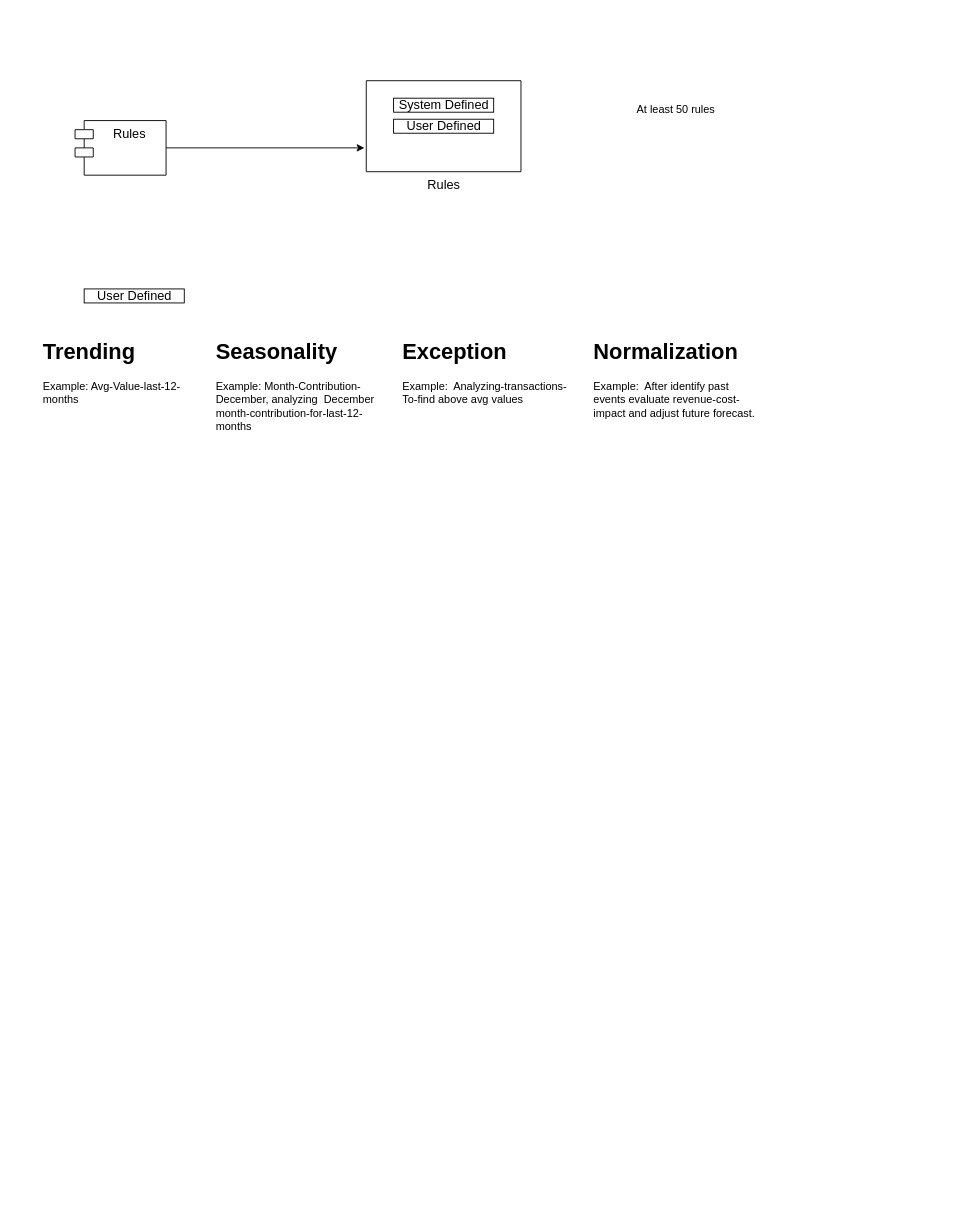
Before: page "Rules" (3 of 5) of Untitled Diagram.drawio in CarlosSaltaren/revenpro, a draw.io diagram. Source tidied: cells renumbered, new cells numbered last; positions are measured from the earlier drawing's top-left corner, leaving out a move shared by most shapes. Both pictures are drawn from the tidied source at 91%, with x=0, y=0 at pixel (38, 80).
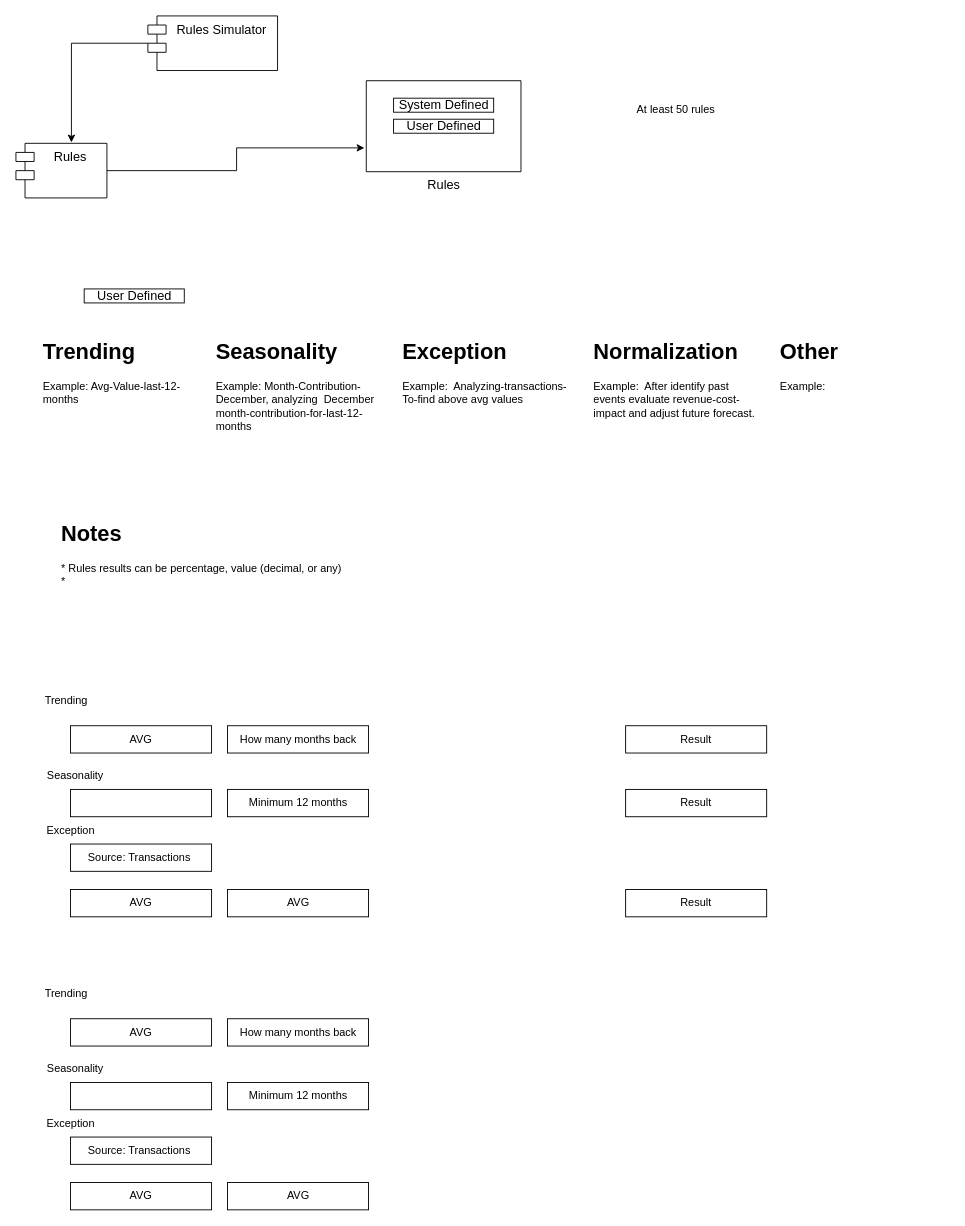
Above is the later version.

Diff of the diagram source:
```diff
@@
     <mxCell id="2" value="Rules" style="shape=module;align=left;spacingLeft=20;align=center;verticalAlign=top;fontSize=14;" parent="1" vertex="1">
-      <mxGeometry x="40" y="44" width="100" height="60" as="geometry" />
+      <mxGeometry x="-25" y="69" width="100" height="60" as="geometry" />
     </mxCell>
@@
+    <mxCell id="14" value="&lt;h1&gt;Other&lt;/h1&gt;&lt;div&gt;Example:&amp;nbsp;&amp;nbsp;&lt;br&gt;&lt;/div&gt;" style="text;html=1;strokeColor=none;fillColor=none;spacing=5;spacingTop=-20;whiteSpace=wrap;overflow=hidden;rounded=0;" parent="1" vertex="1">
+      <mxGeometry x="810" y="279" width="190" height="310" as="geometry" />
+    </mxCell>
+    <mxCell id="15" value="&lt;h1&gt;&lt;span style=&quot;background-color: initial;&quot;&gt;Notes&lt;/span&gt;&lt;br&gt;&lt;/h1&gt;&lt;div&gt;&lt;span style=&quot;background-color: initial;&quot;&gt;* Rules results can be percentage, value (decimal, or any)&amp;nbsp;&lt;/span&gt;&lt;/div&gt;&lt;div&gt;&lt;span style=&quot;background-color: initial;&quot;&gt;*&amp;nbsp;&lt;/span&gt;&lt;/div&gt;" style="text;html=1;strokeColor=none;fillColor=none;spacing=5;spacingTop=-20;whiteSpace=wrap;overflow=hidden;rounded=0;" parent="1" vertex="1">
+      <mxGeometry x="20" y="479" width="840" height="140" as="geometry" />
+    </mxCell>
+    <mxCell id="16" value="AVG" style="rounded=0;whiteSpace=wrap;html=1;" parent="1" vertex="1">
+      <mxGeometry x="35" y="709" width="155" height="30" as="geometry" />
+    </mxCell>
+    <mxCell id="17" value="How many months back" style="rounded=0;whiteSpace=wrap;html=1;" parent="1" vertex="1">
+      <mxGeometry x="207.5" y="709" width="155" height="30" as="geometry" />
+    </mxCell>
+    <mxCell id="18" style="rounded=0;whiteSpace=wrap;html=1;" parent="1" vertex="1">
+      <mxGeometry x="35" y="779" width="155" height="30" as="geometry" />
+    </mxCell>
+    <mxCell id="19" value="Minimum 12 months" style="rounded=0;whiteSpace=wrap;html=1;" parent="1" vertex="1">
+      <mxGeometry x="207.5" y="779" width="155" height="30" as="geometry" />
+    </mxCell>
+    <mxCell id="20" value="Source: Transactions&amp;nbsp;" style="rounded=0;whiteSpace=wrap;html=1;" parent="1" vertex="1">
+      <mxGeometry x="35" y="839" width="155" height="30" as="geometry" />
+    </mxCell>
+    <mxCell id="21" value="AVG" style="rounded=0;whiteSpace=wrap;html=1;" parent="1" vertex="1">
+      <mxGeometry x="35" y="889" width="155" height="30" as="geometry" />
+    </mxCell>
+    <mxCell id="22" value="Trending" style="text;html=1;align=center;verticalAlign=middle;strokeColor=none;fillColor=none;" parent="1" vertex="1">
+      <mxGeometry x="-5" y="667" width="70" height="30" as="geometry" />
+    </mxCell>
+    <mxCell id="23" value="Seasonality" style="text;html=1;align=center;verticalAlign=middle;strokeColor=none;fillColor=none;" parent="1" vertex="1">
+      <mxGeometry x="-5" y="749" width="90" height="30" as="geometry" />
+    </mxCell>
+    <mxCell id="24" value="Exception" style="text;html=1;align=center;verticalAlign=middle;strokeColor=none;fillColor=none;" parent="1" vertex="1">
+      <mxGeometry x="-5" y="809" width="80" height="30" as="geometry" />
+    </mxCell>
+    <mxCell id="25" value="AVG" style="rounded=0;whiteSpace=wrap;html=1;" parent="1" vertex="1">
+      <mxGeometry x="207.5" y="889" width="155" height="30" as="geometry" />
+    </mxCell>
+    <mxCell id="26" value="Rules Simulator" style="shape=module;align=left;spacingLeft=20;align=center;verticalAlign=top;fontSize=14;" parent="1" vertex="1">
+      <mxGeometry x="120" y="-71" width="142.5" height="60" as="geometry" />
+    </mxCell>
+    <mxCell id="27" style="edgeStyle=orthogonalEdgeStyle;rounded=0;jettySize=auto;html=1;entryX=0.61;entryY=-0.017;entryDx=0;entryDy=0;entryPerimeter=0;" parent="1" edge="1" source="26" target="2">
+      <mxGeometry relative="1" as="geometry" />
+    </mxCell>
+    <mxCell id="28" value="AVG" style="rounded=0;whiteSpace=wrap;html=1;" parent="1" vertex="1">
+      <mxGeometry x="35" y="1031" width="155" height="30" as="geometry" />
+    </mxCell>
+    <mxCell id="29" value="How many months back" style="rounded=0;whiteSpace=wrap;html=1;" parent="1" vertex="1">
+      <mxGeometry x="207.5" y="1031" width="155" height="30" as="geometry" />
+    </mxCell>
+    <mxCell id="30" style="rounded=0;whiteSpace=wrap;html=1;" parent="1" vertex="1">
+      <mxGeometry x="35" y="1101" width="155" height="30" as="geometry" />
+    </mxCell>
+    <mxCell id="31" value="Minimum 12 months" style="rounded=0;whiteSpace=wrap;html=1;" parent="1" vertex="1">
+      <mxGeometry x="207.5" y="1101" width="155" height="30" as="geometry" />
+    </mxCell>
+    <mxCell id="32" value="Source: Transactions&amp;nbsp;" style="rounded=0;whiteSpace=wrap;html=1;" parent="1" vertex="1">
+      <mxGeometry x="35" y="1161" width="155" height="30" as="geometry" />
+    </mxCell>
+    <mxCell id="33" value="AVG" style="rounded=0;whiteSpace=wrap;html=1;" parent="1" vertex="1">
+      <mxGeometry x="35" y="1211" width="155" height="30" as="geometry" />
+    </mxCell>
+    <mxCell id="34" value="Trending" style="text;html=1;align=center;verticalAlign=middle;strokeColor=none;fillColor=none;" parent="1" vertex="1">
+      <mxGeometry x="-5" y="989" width="70" height="30" as="geometry" />
+    </mxCell>
+    <mxCell id="35" value="Seasonality" style="text;html=1;align=center;verticalAlign=middle;strokeColor=none;fillColor=none;" parent="1" vertex="1">
+      <mxGeometry x="-5" y="1071" width="90" height="30" as="geometry" />
+    </mxCell>
+    <mxCell id="36" value="Exception" style="text;html=1;align=center;verticalAlign=middle;strokeColor=none;fillColor=none;" parent="1" vertex="1">
+      <mxGeometry x="-5" y="1131" width="80" height="30" as="geometry" />
+    </mxCell>
+    <mxCell id="37" value="AVG" style="rounded=0;whiteSpace=wrap;html=1;" parent="1" vertex="1">
+      <mxGeometry x="207.5" y="1211" width="155" height="30" as="geometry" />
+    </mxCell>
+    <mxCell id="38" value="Result" style="rounded=0;whiteSpace=wrap;html=1;" parent="1" vertex="1">
+      <mxGeometry x="645" y="709" width="155" height="30" as="geometry" />
+    </mxCell>
+    <mxCell id="39" value="Result" style="rounded=0;whiteSpace=wrap;html=1;" parent="1" vertex="1">
+      <mxGeometry x="645" y="779" width="155" height="30" as="geometry" />
+    </mxCell>
+    <mxCell id="40" value="Result" style="rounded=0;whiteSpace=wrap;html=1;" parent="1" vertex="1">
+      <mxGeometry x="645" y="889" width="155" height="30" as="geometry" />
+    </mxCell>
```
